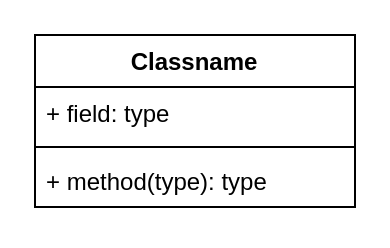
The draw.io diagram source/assets/Test Diagram.drawio in myebstudios/eb-image-reducer, before the edit. Source tidied: cells renumbered, new cells numbered last; positions are measured from the earlier drawing's top-left corner, leaving out a move shared by most shapes. Both pictures are drawn from the tidied source at 200%, with x=0, y=0 at pixel (34, 34).
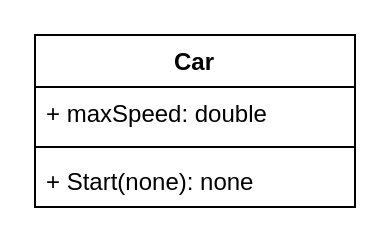
Above is the later version.

What changed in the source:
```diff
@@
 <mxGraphModel>
   <root>
     <mxCell id="0" />
     <mxCell id="1" parent="0" />
-    <mxCell id="2" value="Classname" style="swimlane;fontStyle=1;align=center;verticalAlign=top;horizontal=1;startSize=26;whiteSpace=wrap;html=1;" parent="1" vertex="1">
+    <mxCell id="2" value="Car" style="swimlane;fontStyle=1;align=center;verticalAlign=top;horizontal=1;startSize=26;whiteSpace=wrap;html=1;" parent="1" vertex="1">
       <mxGeometry width="160" height="86" as="geometry" />
     </mxCell>
-    <mxCell id="3" value="+ field: type" style="text;strokeColor=none;fillColor=none;align=left;verticalAlign=top;spacingLeft=4;spacingRight=4;overflow=hidden;whiteSpace=wrap;html=1;" parent="2" vertex="1">
+    <mxCell id="3" value="+ maxSpeed: double" style="text;strokeColor=none;fillColor=none;align=left;verticalAlign=top;spacingLeft=4;spacingRight=4;overflow=hidden;whiteSpace=wrap;html=1;" parent="2" vertex="1">
       <mxGeometry y="26" width="160" height="26" as="geometry" />
     </mxCell>
     <mxCell id="4" style="line;strokeWidth=1;fillColor=none;align=left;verticalAlign=middle;spacingTop=-1;spacingLeft=3;spacingRight=3;labelPosition=right;strokeColor=inherit;" parent="2" vertex="1">
       <mxGeometry y="52" width="160" height="8" as="geometry" />
     </mxCell>
-    <mxCell id="5" value="+ method(type): type" style="text;strokeColor=none;fillColor=none;align=left;verticalAlign=top;spacingLeft=4;spacingRight=4;overflow=hidden;whiteSpace=wrap;html=1;" parent="2" vertex="1">
+    <mxCell id="5" value="+ Start(none): none" style="text;strokeColor=none;fillColor=none;align=left;verticalAlign=top;spacingLeft=4;spacingRight=4;overflow=hidden;whiteSpace=wrap;html=1;" parent="2" vertex="1">
       <mxGeometry y="60" width="160" height="26" as="geometry" />
     </mxCell>
   </root>
 </mxGraphModel>
```
